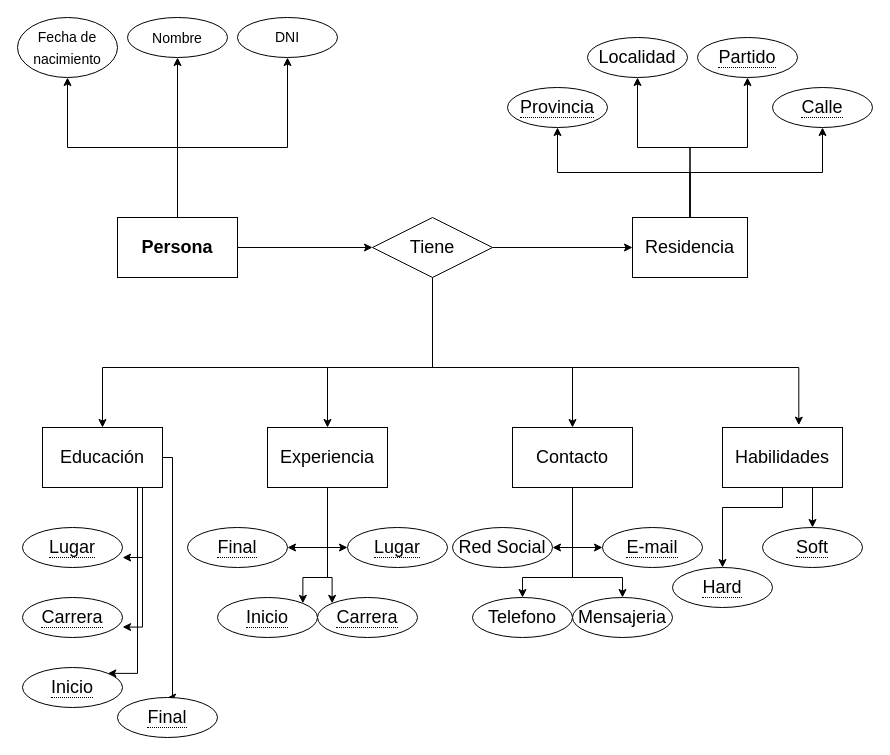
Earlier version of the draw.io diagram Frontend/Diagrama.drawio (maverickmichi/Portfolio-AP2022-Michi). Source tidied: cells renumbered, new cells numbered last; positions are measured from the earlier drawing's top-left corner, leaving out a move shared by most shapes. Both pictures are drawn from the tidied source at 100%, with x=0, y=0 at pixel (17, 17).
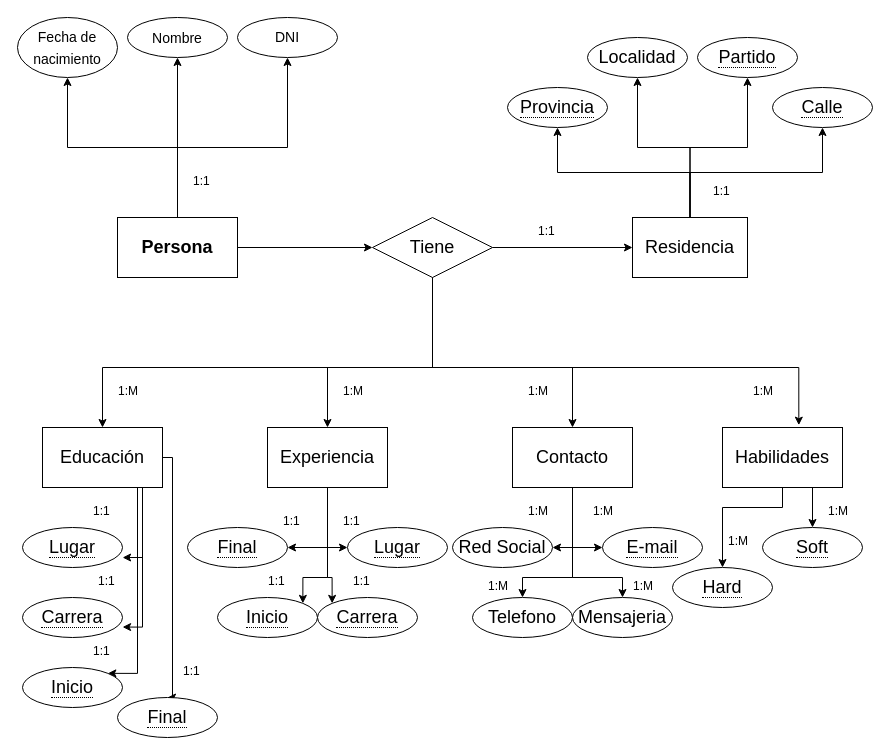
The same diagram, later.

What changed in the source:
```diff
@@
+    <mxCell id="57" value="1:1" style="text;strokeColor=none;fillColor=none;spacingLeft=4;spacingRight=4;overflow=hidden;fontSize=12;" parent="1" vertex="1">
+      <mxGeometry x="170" y="150" width="40" height="30" as="geometry" />
+    </mxCell>
+    <mxCell id="58" value="1:1" style="text;strokeColor=none;fillColor=none;spacingLeft=4;spacingRight=4;overflow=hidden;fontSize=12;" parent="1" vertex="1">
+      <mxGeometry x="690" y="160" width="40" height="30" as="geometry" />
+    </mxCell>
+    <mxCell id="59" value="1:1" style="text;strokeColor=none;fillColor=none;spacingLeft=4;spacingRight=4;overflow=hidden;fontSize=12;" parent="1" vertex="1">
+      <mxGeometry x="515" y="200" width="40" height="30" as="geometry" />
+    </mxCell>
+    <mxCell id="60" value="1:1" style="text;strokeColor=none;fillColor=none;spacingLeft=4;spacingRight=4;overflow=hidden;fontSize=12;" parent="1" vertex="1">
+      <mxGeometry x="75" y="550" width="40" height="30" as="geometry" />
+    </mxCell>
+    <mxCell id="61" value="1:1" style="text;strokeColor=none;fillColor=none;spacingLeft=4;spacingRight=4;overflow=hidden;fontSize=12;" parent="1" vertex="1">
+      <mxGeometry x="70" y="480" width="40" height="30" as="geometry" />
+    </mxCell>
+    <mxCell id="62" value="1:M" style="text;strokeColor=none;fillColor=none;spacingLeft=4;spacingRight=4;overflow=hidden;fontSize=12;" parent="1" vertex="1">
+      <mxGeometry x="95" y="360" width="40" height="30" as="geometry" />
+    </mxCell>
+    <mxCell id="63" value="1:1" style="text;strokeColor=none;fillColor=none;spacingLeft=4;spacingRight=4;overflow=hidden;fontSize=12;" parent="1" vertex="1">
+      <mxGeometry x="70" y="620" width="40" height="30" as="geometry" />
+    </mxCell>
+    <mxCell id="64" value="1:1" style="text;strokeColor=none;fillColor=none;spacingLeft=4;spacingRight=4;overflow=hidden;fontSize=12;" parent="1" vertex="1">
+      <mxGeometry x="160" y="640" width="45" height="30" as="geometry" />
+    </mxCell>
+    <mxCell id="65" value="1:M" style="text;strokeColor=none;fillColor=none;spacingLeft=4;spacingRight=4;overflow=hidden;fontSize=12;" parent="1" vertex="1">
+      <mxGeometry x="320" y="360" width="40" height="30" as="geometry" />
+    </mxCell>
+    <mxCell id="66" value="1:M" style="text;strokeColor=none;fillColor=none;spacingLeft=4;spacingRight=4;overflow=hidden;fontSize=12;" parent="1" vertex="1">
+      <mxGeometry x="730" y="360" width="40" height="30" as="geometry" />
+    </mxCell>
+    <mxCell id="67" value="1:M" style="text;strokeColor=none;fillColor=none;spacingLeft=4;spacingRight=4;overflow=hidden;fontSize=12;" parent="1" vertex="1">
+      <mxGeometry x="505" y="360" width="40" height="30" as="geometry" />
+    </mxCell>
+    <mxCell id="68" value="1:1" style="text;strokeColor=none;fillColor=none;spacingLeft=4;spacingRight=4;overflow=hidden;fontSize=12;" parent="1" vertex="1">
+      <mxGeometry x="260" y="490" width="40" height="30" as="geometry" />
+    </mxCell>
+    <mxCell id="69" value="1:1" style="text;strokeColor=none;fillColor=none;spacingLeft=4;spacingRight=4;overflow=hidden;fontSize=12;" parent="1" vertex="1">
+      <mxGeometry x="320" y="490" width="40" height="30" as="geometry" />
+    </mxCell>
+    <mxCell id="70" value="1:1" style="text;strokeColor=none;fillColor=none;spacingLeft=4;spacingRight=4;overflow=hidden;fontSize=12;" parent="1" vertex="1">
+      <mxGeometry x="245" y="550" width="40" height="30" as="geometry" />
+    </mxCell>
+    <mxCell id="71" value="1:1" style="text;strokeColor=none;fillColor=none;spacingLeft=4;spacingRight=4;overflow=hidden;fontSize=12;" parent="1" vertex="1">
+      <mxGeometry x="330" y="550" width="40" height="30" as="geometry" />
+    </mxCell>
+    <mxCell id="72" value="1:M" style="text;strokeColor=none;fillColor=none;spacingLeft=4;spacingRight=4;overflow=hidden;fontSize=12;" parent="1" vertex="1">
+      <mxGeometry x="505" y="480" width="40" height="30" as="geometry" />
+    </mxCell>
+    <mxCell id="73" value="1:M" style="text;strokeColor=none;fillColor=none;spacingLeft=4;spacingRight=4;overflow=hidden;fontSize=12;" parent="1" vertex="1">
+      <mxGeometry x="570" y="480" width="40" height="30" as="geometry" />
+    </mxCell>
+    <mxCell id="74" value="1:M" style="text;strokeColor=none;fillColor=none;spacingLeft=4;spacingRight=4;overflow=hidden;fontSize=12;" parent="1" vertex="1">
+      <mxGeometry x="610" y="555" width="40" height="30" as="geometry" />
+    </mxCell>
+    <mxCell id="75" value="1:M" style="text;strokeColor=none;fillColor=none;spacingLeft=4;spacingRight=4;overflow=hidden;fontSize=12;" parent="1" vertex="1">
+      <mxGeometry x="465" y="555" width="40" height="30" as="geometry" />
+    </mxCell>
+    <mxCell id="76" value="1:M" style="text;strokeColor=none;fillColor=none;spacingLeft=4;spacingRight=4;overflow=hidden;fontSize=12;" parent="1" vertex="1">
+      <mxGeometry x="705" y="510" width="40" height="30" as="geometry" />
+    </mxCell>
+    <mxCell id="77" value="1:M" style="text;strokeColor=none;fillColor=none;spacingLeft=4;spacingRight=4;overflow=hidden;fontSize=12;" parent="1" vertex="1">
+      <mxGeometry x="805" y="480" width="40" height="30" as="geometry" />
+    </mxCell>
```
